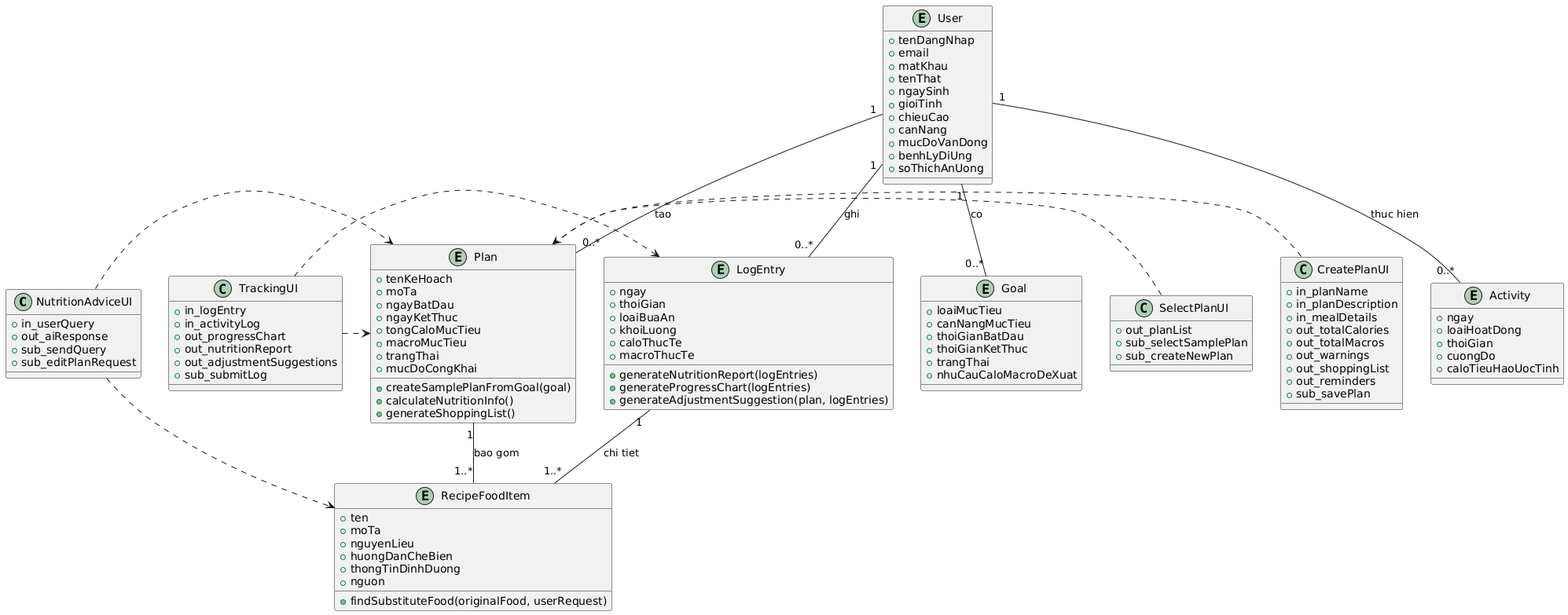
LQTam787/Thesis keeps this PlantUML diagram as Analysis/Class/UmlPictures/NutritionPlanModule.png. Above is the earlier version.
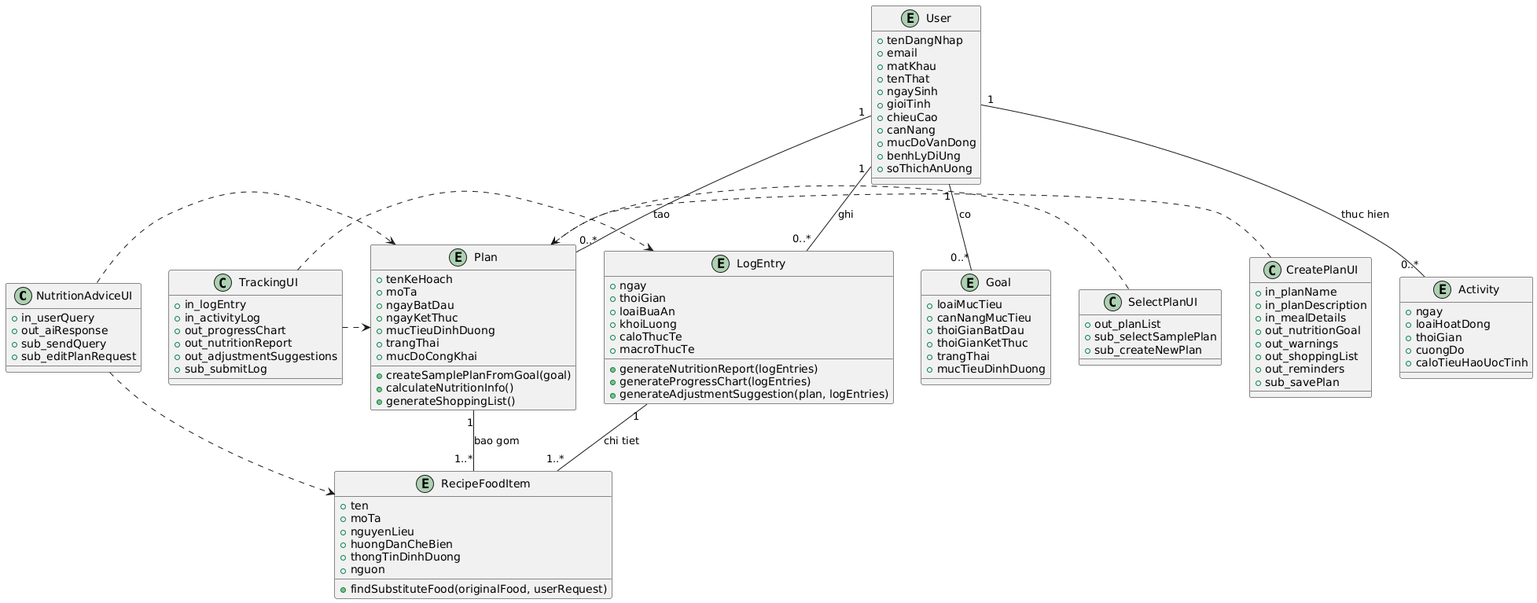
After the change.

The edit, as a diff of the source:
```diff
@@ -16,8 +16,7 @@
   +in_planName
   +in_planDescription
   +in_mealDetails
-  +out_totalCalories
-  +out_totalMacros
+  +out_nutritionGoal
   +out_warnings
   +out_shoppingList
   +out_reminders
@@ -53,7 +52,7 @@
   +thoiGianBatDau
   +thoiGianKetThuc
   +trangThai
-  +nhuCauCaloMacroDeXuat
+  +mucTieuDinhDuong
 }
 
 entity Plan {
@@ -61,8 +60,7 @@
   +moTa
   +ngayBatDau
   +ngayKetThuc
-  +tongCaloMucTieu
-  +macroMucTieu
+  +mucTieuDinhDuong
   +trangThai
   +mucDoCongKhai
   +createSamplePlanFromGoal(goal)
```
